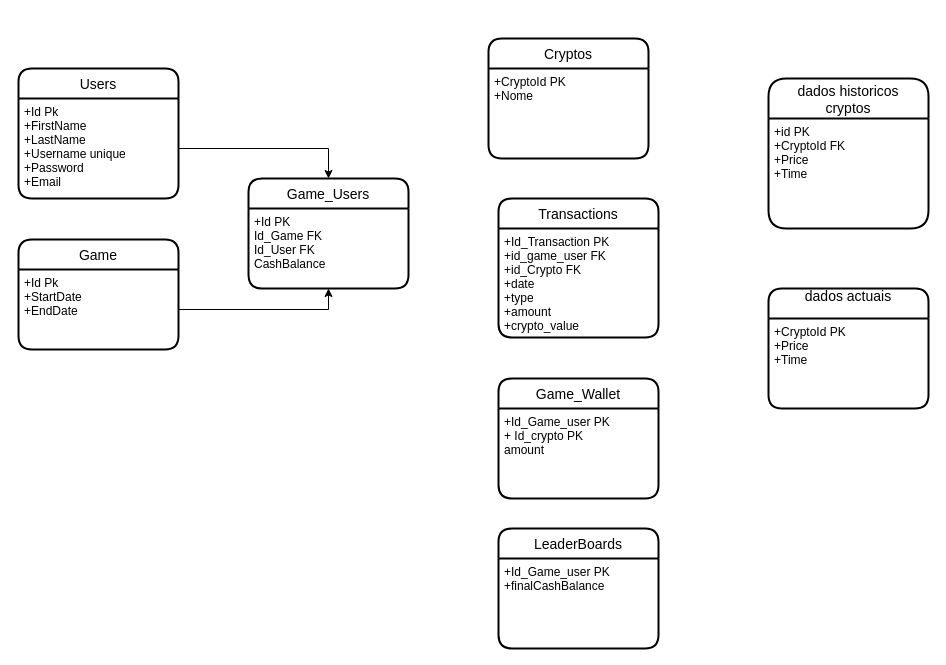
Above: page "UML Base Dados" (2 of 2) of Esquemas.drawio in pmdmartins21/Crypto-Challenge (draw.io), before the change. Source tidied: cells renumbered, new cells numbered last; positions are measured from the earlier drawing's top-left corner, leaving out a move shared by most shapes. Both pictures are drawn from the tidied source at 100%, with x=0, y=0 at pixel (18, 38).
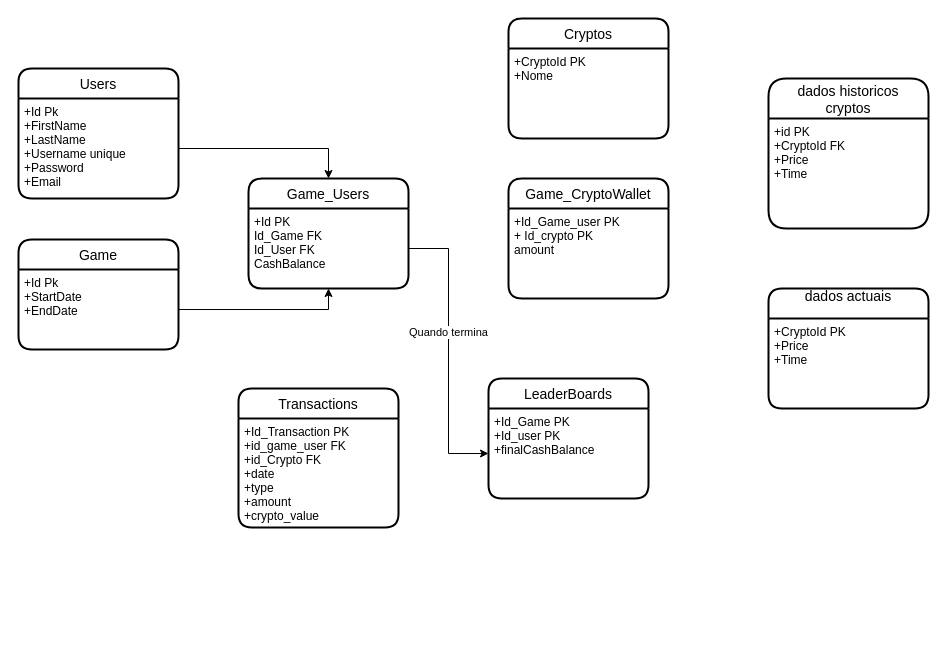
Above is the later version.

Commit message (it also covers changes not shown here):
update base dados

Unchanged cells that the change refers to:
```xml
<mxCell id="17" value="+Id PK&#10;Id_Game FK&#10;Id_User FK&#10;CashBalance" style="align=left;strokeColor=none;fillColor=none;spacingLeft=4;fontSize=12;verticalAlign=top;" parent="16" vertex="1">
  <mxGeometry y="30" width="160" height="80" as="geometry" />
</mxCell>
```

Diff of the diagram source:
```diff
@@
     <mxCell id="5" value="Cryptos" style="swimlane;horizontal=1;startSize=30;rounded=1;fontSize=14;fontStyle=0;strokeWidth=2;shadow=0;dashed=0;align=center;" parent="1" vertex="1">
-      <mxGeometry x="470" width="160" height="120" as="geometry" />
+      <mxGeometry x="490" y="-20" width="160" height="120" as="geometry" />
     </mxCell>
@@
-    <mxCell id="11" value="Game_Wallet" style="swimlane;horizontal=1;startSize=30;rounded=1;fontSize=14;fontStyle=0;strokeWidth=2;shadow=0;dashed=0;align=center;" parent="1" vertex="1">
-      <mxGeometry x="480" y="340" width="160" height="120" as="geometry" />
+    <mxCell id="11" value="Game_CryptoWallet" style="swimlane;horizontal=1;startSize=30;rounded=1;fontSize=14;fontStyle=0;strokeWidth=2;shadow=0;dashed=0;align=center;" parent="1" vertex="1">
+      <mxGeometry x="490" y="140" width="160" height="120" as="geometry" />
     </mxCell>
@@
     <mxCell id="21" value="Transactions" style="swimlane;horizontal=1;startSize=30;rounded=1;fontSize=14;fontStyle=0;strokeWidth=2;shadow=0;dashed=0;align=center;" parent="1" vertex="1">
-      <mxGeometry x="480" y="160" width="160" height="139" as="geometry" />
+      <mxGeometry x="220" y="350" width="160" height="139" as="geometry" />
     </mxCell>
@@
     <mxCell id="23" value="LeaderBoards" style="swimlane;horizontal=1;startSize=30;rounded=1;fontSize=14;fontStyle=0;strokeWidth=2;shadow=0;dashed=0;align=center;" parent="1" vertex="1">
-      <mxGeometry x="480" y="490" width="160" height="120" as="geometry" />
+      <mxGeometry x="470" y="340" width="160" height="120" as="geometry" />
     </mxCell>
-    <mxCell id="24" value="+Id_Game_user PK&#10;+finalCashBalance" style="align=left;strokeColor=none;fillColor=none;spacingLeft=4;fontSize=12;verticalAlign=top;" parent="23" vertex="1">
+    <mxCell id="24" value="+Id_Game PK&#10;+Id_user PK&#10;+finalCashBalance" style="align=left;strokeColor=none;fillColor=none;spacingLeft=4;fontSize=12;verticalAlign=top;" parent="23" vertex="1">
       <mxGeometry y="30" width="160" height="90" as="geometry" />
     </mxCell>
+    <mxCell id="25" style="edgeStyle=orthogonalEdgeStyle;rounded=0;jettySize=auto;html=1;" parent="1" edge="1" source="17" target="24">
+      <mxGeometry relative="1" as="geometry">
+        <Array as="points">
+          <mxPoint x="430" y="210" />
+          <mxPoint x="430" y="415" />
+        </Array>
+      </mxGeometry>
+    </mxCell>
+    <mxCell id="26" value="Quando termina" style="edgeLabel;html=1;align=center;verticalAlign=middle;" parent="25" vertex="1">
+      <mxGeometry x="-0.14" y="-1" relative="1" as="geometry" />
+    </mxCell>
```
